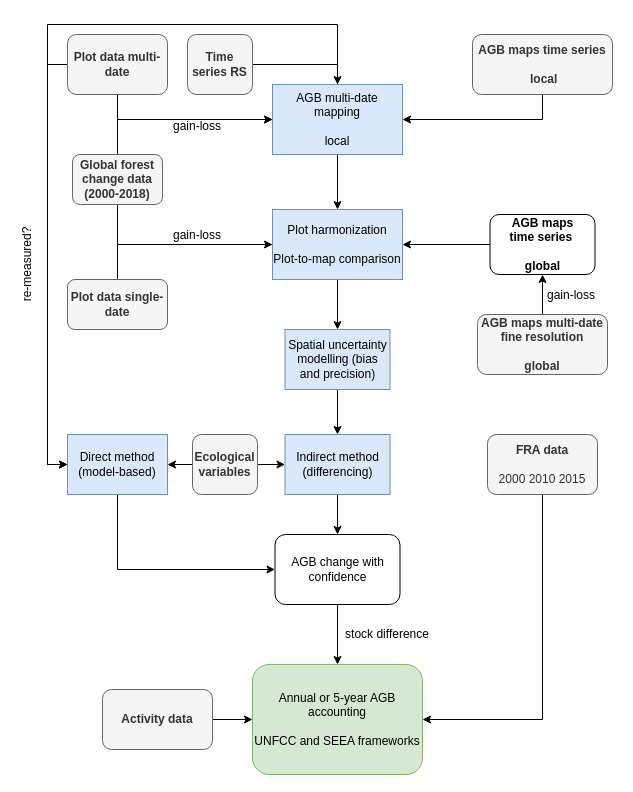
This is AGBC_simple.drawio from arnanaraza/diagrams, a draw.io file, before an edit. Source tidied: cells renumbered, new cells numbered last; positions are measured from the earlier drawing's top-left corner, leaving out a move shared by most shapes. Both pictures are drawn from the tidied source at 100%, with x=0, y=0 at pixel (-18, 24).
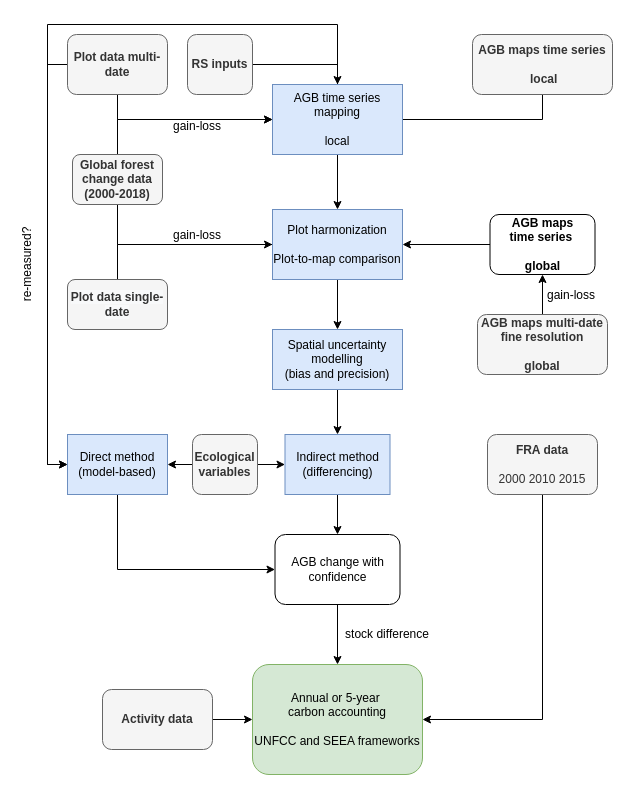
After the change.

Unchanged cells that the change refers to:
```xml
<mxCell id="22" value="&lt;b&gt;AGB maps time series&lt;br&gt;&lt;br&gt;&amp;nbsp;local&lt;/b&gt;&lt;b&gt;&lt;br&gt;&lt;/b&gt;" style="rounded=1;whiteSpace=wrap;html=1;fillColor=#f5f5f5;strokeColor=#666666;fontColor=#333333;" parent="1" vertex="1">
  <mxGeometry x="490" y="10" width="140" height="60" as="geometry" />
</mxCell>
```

Diff of the diagram source:
```diff
@@
-    <mxCell id="11" value="Annual or 5-year AGB accounting &lt;br&gt;&lt;br&gt;UNFCC and SEEA frameworks" style="rounded=1;whiteSpace=wrap;html=1;fillColor=#d5e8d4;strokeColor=#82b366;" parent="1" vertex="1">
+    <mxCell id="11" value="Annual or 5-year&amp;nbsp;&lt;br&gt;carbon accounting &lt;br&gt;&lt;br&gt;UNFCC and SEEA frameworks" style="rounded=1;whiteSpace=wrap;html=1;fillColor=#d5e8d4;strokeColor=#82b366;" parent="1" vertex="1">
       <mxGeometry x="270" y="640" width="170" height="110" as="geometry" />
     </mxCell>
@@
-    <mxCell id="21" style="edgeStyle=orthogonalEdgeStyle;rounded=0;jettySize=auto;html=1;exitX=0.5;exitY=1;exitDx=0;exitDy=0;entryX=1;entryY=0.5;entryDx=0;entryDy=0;" parent="1" edge="1" source="22" target="27">
+    <mxCell id="21" style="edgeStyle=orthogonalEdgeStyle;rounded=0;jettySize=auto;html=1;exitX=0.5;exitY=1;exitDx=0;exitDy=0;entryX=1;entryY=0.5;entryDx=0;entryDy=0;endArrow=none;endFill=0;" parent="1" edge="1" source="22" target="27">
       <mxGeometry relative="1" as="geometry" />
     </mxCell>
@@
-    <mxCell id="27" value="AGB multi-date mapping&lt;br&gt;&lt;br&gt;local" style="rounded=0;whiteSpace=wrap;html=1;fillColor=#dae8fc;strokeColor=#6c8ebf;" parent="1" vertex="1">
+    <mxCell id="27" value="AGB time series mapping&lt;br&gt;&lt;br&gt;local" style="rounded=0;whiteSpace=wrap;html=1;fillColor=#dae8fc;strokeColor=#6c8ebf;" parent="1" vertex="1">
       <mxGeometry x="290" y="60" width="130" height="70" as="geometry" />
     </mxCell>
@@
-    <mxCell id="39" value="Spatial uncertainty modelling (bias and precision)" style="rounded=0;whiteSpace=wrap;html=1;fillColor=#dae8fc;strokeColor=#6c8ebf;" parent="1" vertex="1">
-      <mxGeometry x="302.5" y="305" width="105" height="60" as="geometry" />
+    <mxCell id="39" value="Spatial uncertainty modelling &lt;br&gt;(bias and precision)" style="rounded=0;whiteSpace=wrap;html=1;fillColor=#dae8fc;strokeColor=#6c8ebf;" parent="1" vertex="1">
+      <mxGeometry x="290" y="305" width="130" height="60" as="geometry" />
     </mxCell>
@@
-    <mxCell id="43" value="&lt;b&gt;Time series RS&lt;br&gt;&lt;/b&gt;" style="rounded=1;whiteSpace=wrap;html=1;fillColor=#f5f5f5;strokeColor=#666666;fontColor=#333333;" parent="1" vertex="1">
+    <mxCell id="43" value="&lt;b&gt;RS inputs&lt;br&gt;&lt;/b&gt;" style="rounded=1;whiteSpace=wrap;html=1;fillColor=#f5f5f5;strokeColor=#666666;fontColor=#333333;" parent="1" vertex="1">
       <mxGeometry x="205" y="10" width="65" height="60" as="geometry" />
     </mxCell>
```
